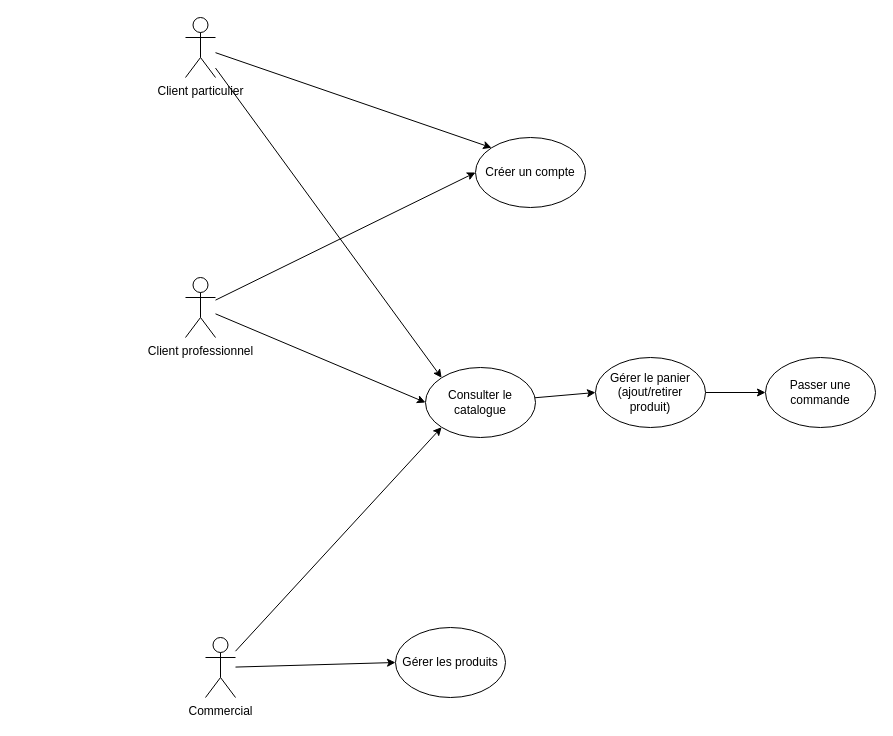
This is vg_diagramme cas utilisation.drawio from azen80/projet_filrouge, a draw.io file, before an edit. Source tidied: cells renumbered, new cells numbered last; positions are measured from the earlier drawing's top-left corner, leaving out a move shared by most shapes. Both pictures are drawn from the tidied source at 100%, with x=0, y=0 at pixel (185, 17).
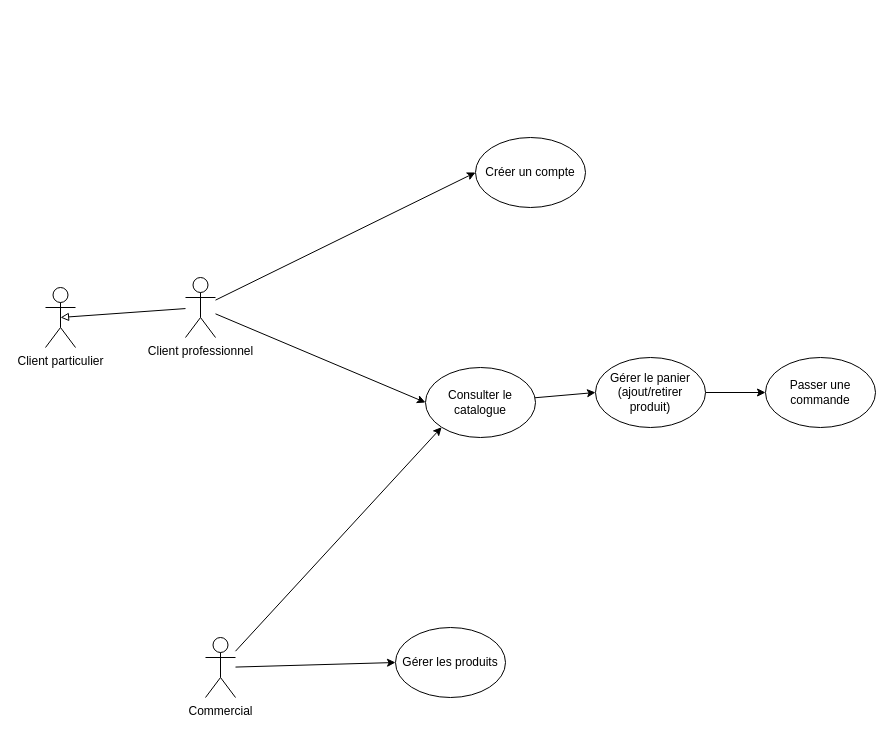
After the change.

Commit message:
modification diagramme cas util

What changed in the source:
```diff
@@
 <mxGraphModel>
   <root>
     <mxCell id="0" />
     <mxCell id="1" parent="0" />
-    <mxCell id="2" style="rounded=0;jettySize=auto;html=1;entryX=0;entryY=0;entryDx=0;entryDy=0;" parent="1" edge="1" source="4" target="16">
-      <mxGeometry relative="1" as="geometry" />
-    </mxCell>
-    <mxCell id="3" style="rounded=0;jettySize=auto;html=1;entryX=0;entryY=0;entryDx=0;entryDy=0;" parent="1" edge="1" source="4" target="15">
-      <mxGeometry relative="1" as="geometry" />
-    </mxCell>
     <mxCell id="4" value="Client particulier" style="shape=umlActor;verticalLabelPosition=bottom;verticalAlign=top;html=1;outlineConnect=0;" parent="1" vertex="1">
-      <mxGeometry width="30" height="60" as="geometry" />
+      <mxGeometry x="-140" y="270" width="30" height="60" as="geometry" />
     </mxCell>
     <mxCell id="5" style="rounded=0;jettySize=auto;html=1;entryX=0;entryY=0.5;entryDx=0;entryDy=0;" parent="1" edge="1" source="7" target="16">
       <mxGeometry relative="1" as="geometry" />
     </mxCell>
     <mxCell id="6" style="rounded=0;jettySize=auto;html=1;entryX=0;entryY=0.5;entryDx=0;entryDy=0;" parent="1" edge="1" source="7" target="15">
       <mxGeometry relative="1" as="geometry" />
     </mxCell>
     <mxCell id="7" value="Client professionnel" style="shape=umlActor;verticalLabelPosition=bottom;verticalAlign=top;html=1;outlineConnect=0;" parent="1" vertex="1">
       <mxGeometry y="260" width="30" height="60" as="geometry" />
     </mxCell>
     <mxCell id="8" style="rounded=0;jettySize=auto;html=1;entryX=0;entryY=0.5;entryDx=0;entryDy=0;" parent="1" edge="1" source="10" target="13">
       <mxGeometry relative="1" as="geometry" />
     </mxCell>
     <mxCell id="9" style="rounded=0;jettySize=auto;html=1;entryX=0;entryY=1;entryDx=0;entryDy=0;" parent="1" edge="1" source="10" target="15">
       <mxGeometry relative="1" as="geometry" />
     </mxCell>
     <mxCell id="10" value="Commercial" style="shape=umlActor;verticalLabelPosition=bottom;verticalAlign=top;html=1;outlineConnect=0;" parent="1" vertex="1">
       <mxGeometry x="20" y="620" width="30" height="60" as="geometry" />
     </mxCell>
     <mxCell id="11" style="rounded=0;jettySize=auto;html=1;entryX=0;entryY=0.5;entryDx=0;entryDy=0;" parent="1" edge="1" source="12" target="17">
       <mxGeometry relative="1" as="geometry" />
     </mxCell>
     <mxCell id="12" value="Gérer le panier (ajout/retirer produit)" style="ellipse;whiteSpace=wrap;html=1;" parent="1" vertex="1">
       <mxGeometry x="410" y="340" width="110" height="70" as="geometry" />
     </mxCell>
     <mxCell id="13" value="Gérer les produits" style="ellipse;whiteSpace=wrap;html=1;" parent="1" vertex="1">
       <mxGeometry x="210" y="610" width="110" height="70" as="geometry" />
     </mxCell>
     <mxCell id="14" style="rounded=0;jettySize=auto;html=1;entryX=0;entryY=0.5;entryDx=0;entryDy=0;" parent="1" edge="1" source="15" target="12">
       <mxGeometry relative="1" as="geometry" />
     </mxCell>
     <mxCell id="15" value="Consulter le catalogue" style="ellipse;whiteSpace=wrap;html=1;" parent="1" vertex="1">
       <mxGeometry x="240" y="350" width="110" height="70" as="geometry" />
     </mxCell>
     <mxCell id="16" value="Créer un compte" style="ellipse;whiteSpace=wrap;html=1;" parent="1" vertex="1">
       <mxGeometry x="290" y="120" width="110" height="70" as="geometry" />
     </mxCell>
     <mxCell id="17" value="Passer une commande" style="ellipse;whiteSpace=wrap;html=1;" parent="1" vertex="1">
       <mxGeometry x="580" y="340" width="110" height="70" as="geometry" />
     </mxCell>
+    <mxCell id="18" style="rounded=0;jettySize=auto;html=1;entryX=0.5;entryY=0.5;entryDx=0;entryDy=0;entryPerimeter=0;endArrow=block;endFill=0;" parent="1" edge="1" source="7" target="4">
+      <mxGeometry relative="1" as="geometry" />
+    </mxCell>
   </root>
 </mxGraphModel>
```
